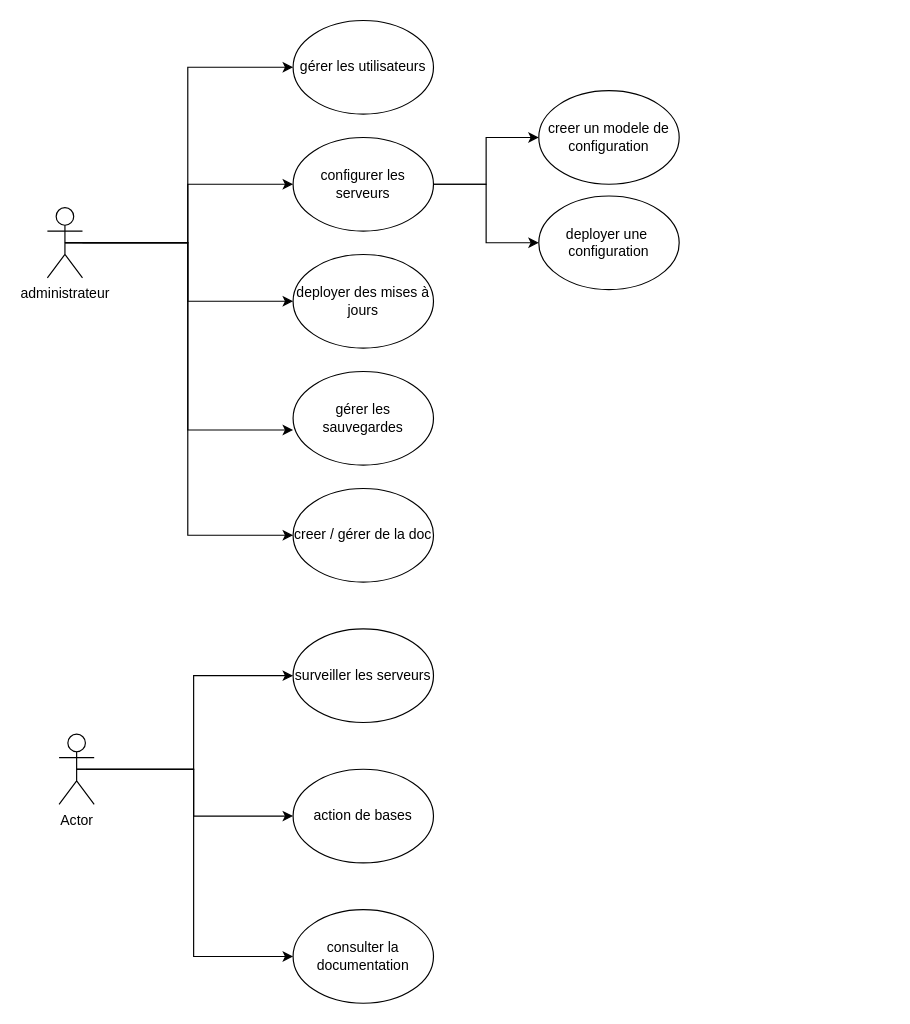
The draw.io diagram Diagramme sans nom.drawio in houckontape/tuxProject, before the edit. Source tidied: cells renumbered, new cells numbered last; positions are measured from the earlier drawing's top-left corner, leaving out a move shared by most shapes. Both pictures are drawn from the tidied source at 117%, with x=0, y=0 at pixel (47, 20).
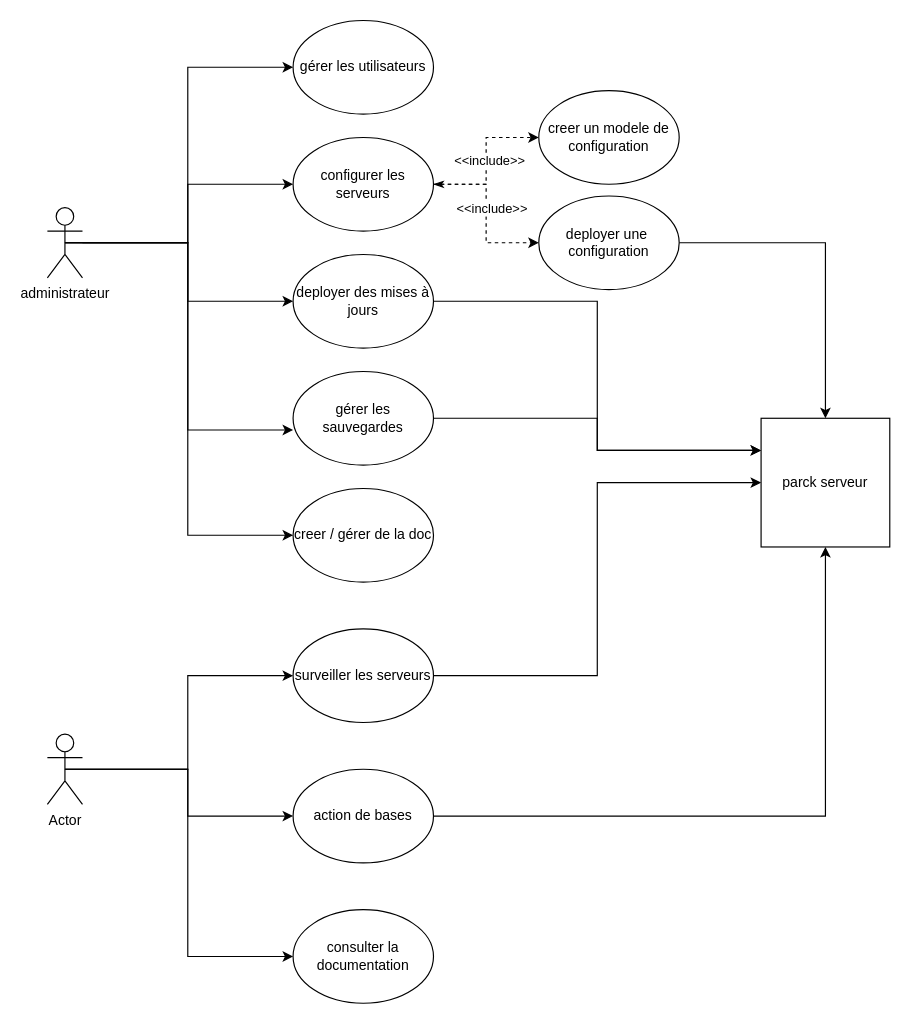
The same diagram, later.

Commit message:
Mettre à jour Diagramme sans nom.drawio

Unchanged cells that the change refers to:
```xml
<mxCell id="14" value="configurer les serveurs" style="ellipse;whiteSpace=wrap;html=1;" parent="1" vertex="1">
  <mxGeometry x="210" y="100" width="120" height="80" as="geometry" />
</mxCell>
<mxCell id="15" value="deployer des mises à jours" style="ellipse;whiteSpace=wrap;html=1;" parent="1" vertex="1">
  <mxGeometry x="210" y="200" width="120" height="80" as="geometry" />
</mxCell>
<mxCell id="16" value="gérer les sauvegardes" style="ellipse;whiteSpace=wrap;html=1;" parent="1" vertex="1">
  <mxGeometry x="210" y="300" width="120" height="80" as="geometry" />
</mxCell>
<mxCell id="19" value="surveiller les serveurs" style="ellipse;whiteSpace=wrap;html=1;" parent="1" vertex="1">
  <mxGeometry x="210" y="520" width="120" height="80" as="geometry" />
</mxCell>
<mxCell id="20" value="action de bases" style="ellipse;whiteSpace=wrap;html=1;" parent="1" vertex="1">
  <mxGeometry x="210" y="640" width="120" height="80" as="geometry" />
</mxCell>
<mxCell id="22" value="creer un modele de configuration" style="ellipse;whiteSpace=wrap;html=1;" parent="1" vertex="1">
  <mxGeometry x="420" y="60" width="120" height="80" as="geometry" />
</mxCell>
<mxCell id="23" value="deployer une&amp;nbsp; configuration" style="ellipse;whiteSpace=wrap;html=1;" parent="1" vertex="1">
  <mxGeometry x="420" y="150" width="120" height="80" as="geometry" />
</mxCell>
```

What changed in the source:
```diff
@@
     <mxCell id="10" value="Actor" style="shape=umlActor;verticalLabelPosition=bottom;verticalAlign=top;html=1;outlineConnect=0;" parent="1" vertex="1">
-      <mxGeometry x="10" y="610" width="30" height="60" as="geometry" />
+      <mxGeometry y="610" width="30" height="60" as="geometry" />
     </mxCell>
@@
+    <mxCell id="13" style="edgeStyle=orthogonalEdgeStyle;rounded=0;jettySize=auto;html=1;dashed=1;startArrow=classicThin;startFill=1;" parent="1" edge="1" source="14" target="23">
+      <mxGeometry relative="1" as="geometry" />
+    </mxCell>
+    <mxCell id="24" value="&amp;lt;&amp;lt;include&amp;gt;&amp;gt;" style="edgeLabel;html=1;align=center;verticalAlign=middle;" parent="13" vertex="1">
+      <mxGeometry x="-0.07" y="4" relative="1" as="geometry" />
+    </mxCell>
-    <mxCell id="12" style="edgeStyle=orthogonalEdgeStyle;rounded=0;jettySize=auto;html=1;exitX=1;exitY=0.5;exitDx=0;exitDy=0;entryX=0;entryY=0.5;entryDx=0;entryDy=0;" parent="1" edge="1" source="14" target="22">
+    <mxCell id="12" style="edgeStyle=orthogonalEdgeStyle;rounded=0;jettySize=auto;html=1;exitX=1;exitY=0.5;exitDx=0;exitDy=0;entryX=0;entryY=0.5;entryDx=0;entryDy=0;dashed=1;" parent="1" edge="1" source="14" target="22">
       <mxGeometry relative="1" as="geometry" />
     </mxCell>
-    <mxCell id="13" style="edgeStyle=orthogonalEdgeStyle;rounded=0;jettySize=auto;html=1;exitX=1;exitY=0.5;exitDx=0;exitDy=0;entryX=0;entryY=0.5;entryDx=0;entryDy=0;" parent="1" edge="1" source="14" target="23">
-      <mxGeometry relative="1" as="geometry" />
-    </mxCell>
+    <mxCell id="25" value="&amp;lt;&amp;lt;include&amp;gt;&amp;gt;" style="edgeLabel;html=1;align=center;verticalAlign=middle;" parent="12" vertex="1">
+      <mxGeometry x="0.02" y="-2" relative="1" as="geometry" />
+    </mxCell>
@@
+    <mxCell id="26" style="edgeStyle=orthogonalEdgeStyle;rounded=0;jettySize=auto;html=1;exitX=1;exitY=0.5;exitDx=0;exitDy=0;entryX=0;entryY=0.25;entryDx=0;entryDy=0;" parent="1" edge="1" source="15" target="31">
+      <mxGeometry relative="1" as="geometry" />
+    </mxCell>
@@
+    <mxCell id="27" style="edgeStyle=orthogonalEdgeStyle;rounded=0;jettySize=auto;html=1;exitX=1;exitY=0.5;exitDx=0;exitDy=0;entryX=0;entryY=0.25;entryDx=0;entryDy=0;" parent="1" edge="1" source="16" target="31">
+      <mxGeometry relative="1" as="geometry" />
+    </mxCell>
@@
+    <mxCell id="28" style="edgeStyle=orthogonalEdgeStyle;rounded=0;jettySize=auto;html=1;exitX=1;exitY=0.5;exitDx=0;exitDy=0;entryX=0;entryY=0.5;entryDx=0;entryDy=0;" parent="1" edge="1" source="19" target="31">
+      <mxGeometry relative="1" as="geometry" />
+    </mxCell>
@@
+    <mxCell id="29" style="edgeStyle=orthogonalEdgeStyle;rounded=0;jettySize=auto;html=1;exitX=1;exitY=0.5;exitDx=0;exitDy=0;entryX=0.5;entryY=1;entryDx=0;entryDy=0;" parent="1" edge="1" source="20" target="31">
+      <mxGeometry relative="1" as="geometry" />
+    </mxCell>
@@
+    <mxCell id="30" style="edgeStyle=orthogonalEdgeStyle;rounded=0;jettySize=auto;html=1;exitX=1;exitY=0.5;exitDx=0;exitDy=0;" parent="1" edge="1" source="23" target="31">
+      <mxGeometry relative="1" as="geometry" />
+    </mxCell>
@@
+    <mxCell id="31" value="parck serveur" style="html=1;whiteSpace=wrap;" parent="1" vertex="1">
+      <mxGeometry x="610" y="340" width="110" height="110" as="geometry" />
+    </mxCell>
```
